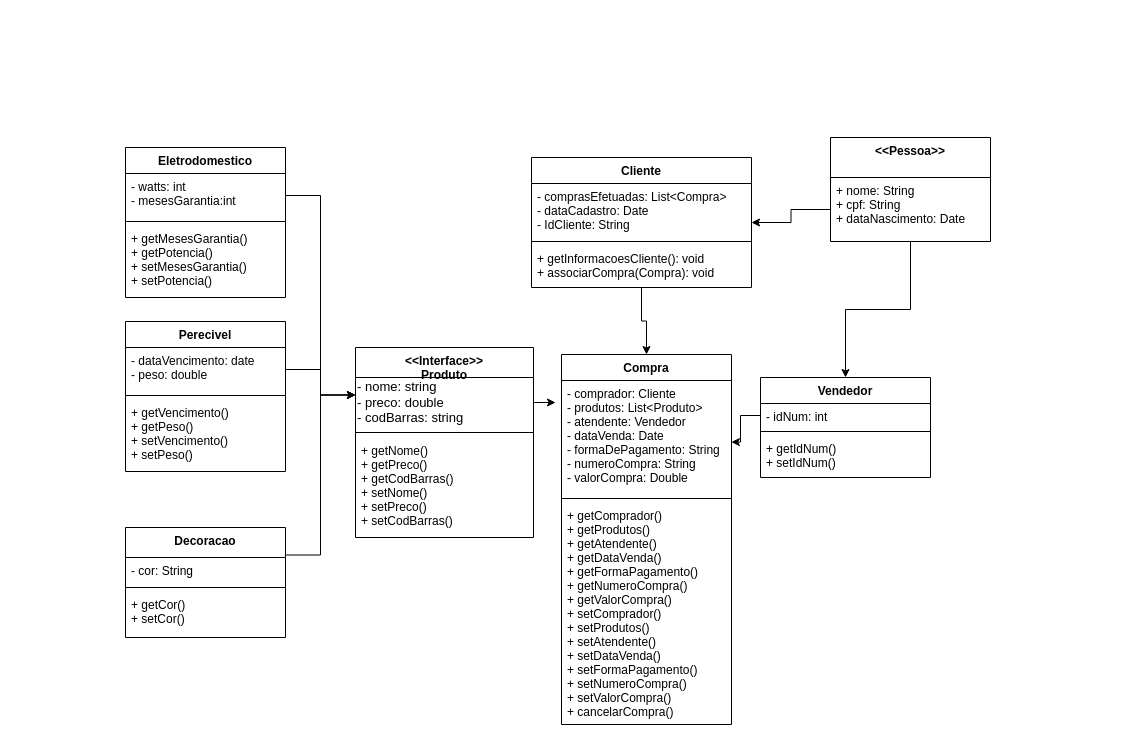
Before: ProjetoLP2.drawio in jovi-j/projeto-lp2, a draw.io diagram. Source tidied: cells renumbered, new cells numbered last; positions are measured from the earlier drawing's top-left corner, leaving out a move shared by most shapes. Both pictures are drawn from the tidied source at 100%, with x=0, y=0 at pixel (125, 137).
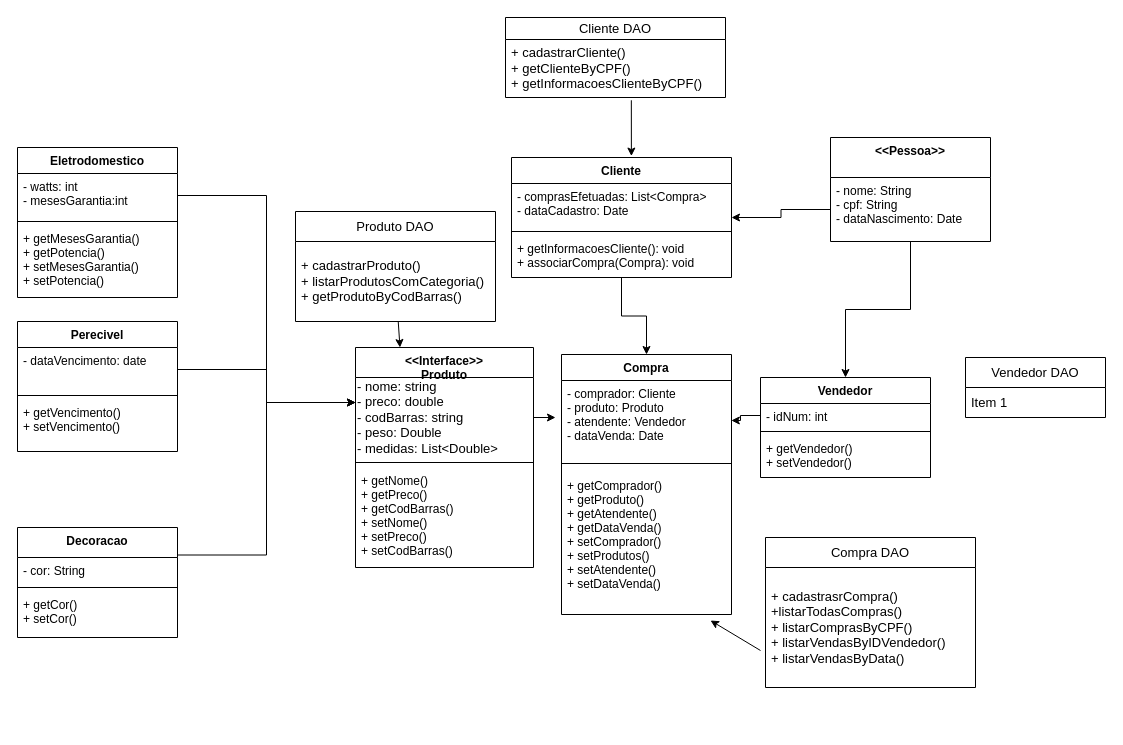
The same page after the edit.

The change refers to these unchanged cells:
```xml
<mxCell id="31" value="&lt;&lt;Pessoa&gt;&gt;&#10;" style="swimlane;fontStyle=1;align=center;verticalAlign=top;horizontal=1;startSize=40;" parent="1" vertex="1">
  <mxGeometry x="705" width="160" height="104" as="geometry" />
</mxCell>
<mxCell id="33" value="Vendedor&#10;" style="swimlane;fontStyle=1;align=center;verticalAlign=top;horizontal=1;startSize=26;" parent="1" vertex="1">
  <mxGeometry x="635" y="240" width="170" height="100" as="geometry" />
</mxCell>
```

Change to the diagram source:
```diff
@@
     <mxCell id="2" value="&lt;&lt;Interface&gt;&gt;&#10;Produto" style="swimlane;fontStyle=1;align=center;verticalAlign=top;horizontal=1;startSize=30;" parent="1" vertex="1">
-      <mxGeometry x="230" y="210" width="178" height="190" as="geometry" />
+      <mxGeometry x="230" y="210" width="178" height="220" as="geometry" />
     </mxCell>
-    <mxCell id="3" value="- nome: string&lt;br&gt;- preco: double&lt;br&gt;- codBarras: string" style="text;html=1;strokeColor=none;fillColor=none;align=left;verticalAlign=middle;whiteSpace=wrap;rounded=0;fontSize=13;" parent="2" vertex="1">
-      <mxGeometry y="30" width="178" height="50" as="geometry" />
+    <mxCell id="3" value="- nome: string&lt;br&gt;- preco: double&lt;br&gt;- codBarras: string&lt;br&gt;- peso: Double&lt;br&gt;- medidas: List&amp;lt;Double&amp;gt;" style="text;html=1;strokeColor=none;fillColor=none;align=left;verticalAlign=middle;whiteSpace=wrap;rounded=0;fontSize=13;" parent="2" vertex="1">
+      <mxGeometry y="30" width="178" height="80" as="geometry" />
     </mxCell>
     <mxCell id="4" style="line;strokeWidth=1;fillColor=none;align=left;verticalAlign=middle;spacingTop=-1;spacingLeft=3;spacingRight=3;labelPosition=right;strokeColor=inherit;" parent="2" vertex="1">
-      <mxGeometry y="80" width="178" height="10" as="geometry" />
+      <mxGeometry y="110" width="178" height="10" as="geometry" />
     </mxCell>
     <mxCell id="5" value="+ getNome()&#10;+ getPreco()&#10;+ getCodBarras()&#10;+ setNome()&#10;+ setPreco()&#10;+ setCodBarras() " style="text;strokeColor=none;fillColor=none;align=left;verticalAlign=top;spacingLeft=4;spacingRight=4;overflow=hidden;" parent="2" vertex="1">
-      <mxGeometry y="90" width="178" height="100" as="geometry" />
+      <mxGeometry y="120" width="178" height="100" as="geometry" />
     </mxCell>
@@
     <mxCell id="9" value="Decoracao" style="swimlane;fontStyle=1;align=center;verticalAlign=top;horizontal=1;startSize=30;" parent="1" vertex="1">
-      <mxGeometry y="390" width="160" height="110" as="geometry" />
+      <mxGeometry x="-108" y="390" width="160" height="110" as="geometry" />
     </mxCell>
@@
     <mxCell id="14" value="Cliente" style="swimlane;fontStyle=1;align=center;verticalAlign=top;horizontal=1;startSize=26;" parent="1" vertex="1">
-      <mxGeometry x="406" y="20" width="220" height="130" as="geometry" />
+      <mxGeometry x="386" y="20" width="220" height="120" as="geometry" />
     </mxCell>
-    <mxCell id="15" value="- comprasEfetuadas: List&lt;Compra&gt;&#10;- dataCadastro: Date&#10;- IdCliente: String" style="text;strokeColor=none;fillColor=none;align=left;verticalAlign=top;spacingLeft=4;spacingRight=4;overflow=hidden;" parent="14" vertex="1">
-      <mxGeometry y="26" width="220" height="54" as="geometry" />
+    <mxCell id="15" value="- comprasEfetuadas: List&lt;Compra&gt;&#10;- dataCadastro: Date" style="text;strokeColor=none;fillColor=none;align=left;verticalAlign=top;spacingLeft=4;spacingRight=4;overflow=hidden;" parent="14" vertex="1">
+      <mxGeometry y="26" width="220" height="44" as="geometry" />
     </mxCell>
     <mxCell id="16" style="line;strokeWidth=1;fillColor=none;align=left;verticalAlign=middle;spacingTop=-1;spacingLeft=3;spacingRight=3;labelPosition=right;strokeColor=inherit;" parent="14" vertex="1">
-      <mxGeometry y="80" width="220" height="8" as="geometry" />
+      <mxGeometry y="70" width="220" height="8" as="geometry" />
     </mxCell>
     <mxCell id="17" value="+ getInformacoesCliente(): void&#10;+ associarCompra(Compra): void" style="text;strokeColor=none;fillColor=none;align=left;verticalAlign=top;spacingLeft=4;spacingRight=4;overflow=hidden;" parent="14" vertex="1">
-      <mxGeometry y="88" width="220" height="42" as="geometry" />
+      <mxGeometry y="78" width="220" height="42" as="geometry" />
     </mxCell>
     <mxCell id="18" value="Compra" style="swimlane;fontStyle=1;align=center;verticalAlign=top;horizontal=1;startSize=26;" parent="1" vertex="1">
-      <mxGeometry x="436" y="217" width="170" height="370" as="geometry" />
+      <mxGeometry x="436" y="217" width="170" height="260" as="geometry" />
     </mxCell>
-    <mxCell id="19" value="- comprador: Cliente&#10;- produtos: List&lt;Produto&gt;&#10;- atendente: Vendedor&#10;- dataVenda: Date&#10;- formaDePagamento: String&#10;- numeroCompra: String&#10;- valorCompra: Double&#10;&#10;&#10;&#10;&#10;" style="text;strokeColor=none;fillColor=none;align=left;verticalAlign=top;spacingLeft=4;spacingRight=4;overflow=hidden;points=[[0,0.5],[1,0.5]];portConstraint=eastwest;" parent="18" vertex="1">
-      <mxGeometry y="26" width="170" height="114" as="geometry" />
+    <mxCell id="19" value="- comprador: Cliente&#10;- produto: Produto&#10;- atendente: Vendedor&#10;- dataVenda: Date&#10;&#10;&#10;&#10;&#10;" style="text;strokeColor=none;fillColor=none;align=left;verticalAlign=top;spacingLeft=4;spacingRight=4;overflow=hidden;points=[[0,0.5],[1,0.5]];portConstraint=eastwest;" parent="18" vertex="1">
+      <mxGeometry y="26" width="170" height="74" as="geometry" />
     </mxCell>
     <mxCell id="20" style="line;strokeWidth=1;fillColor=none;align=left;verticalAlign=middle;spacingTop=-1;spacingLeft=3;spacingRight=3;labelPosition=right;strokeColor=inherit;" parent="18" vertex="1">
-      <mxGeometry y="140" width="170" height="8" as="geometry" />
+      <mxGeometry y="100" width="170" height="18" as="geometry" />
     </mxCell>
-    <mxCell id="21" value="+ getComprador()&#10;+ getProdutos()&#10;+ getAtendente()&#10;+ getDataVenda()&#10;+ getFormaPagamento()&#10;+ getNumeroCompra()&#10;+ getValorCompra()&#10;+ setComprador()&#10;+ setProdutos()&#10;+ setAtendente()&#10;+ setDataVenda()&#10;+ setFormaPagamento()&#10;+ setNumeroCompra()&#10;+ setValorCompra()&#10;+ cancelarCompra()&#10;&#10;&#10;" style="text;strokeColor=none;fillColor=none;align=left;verticalAlign=top;spacingLeft=4;spacingRight=4;overflow=hidden;" parent="18" vertex="1">
-      <mxGeometry y="148" width="170" height="222" as="geometry" />
+    <mxCell id="21" value="+ getComprador()&#10;+ getProduto()&#10;+ getAtendente()&#10;+ getDataVenda()&#10;+ setComprador()&#10;+ setProdutos()&#10;+ setAtendente()&#10;+ setDataVenda()&#10;&#10;&#10;" style="text;strokeColor=none;fillColor=none;align=left;verticalAlign=top;spacingLeft=4;spacingRight=4;overflow=hidden;" parent="18" vertex="1">
+      <mxGeometry y="118" width="170" height="142" as="geometry" />
     </mxCell>
     <mxCell id="22" value="Eletrodomestico&#10;&#10;&#10;" style="swimlane;fontStyle=1;align=center;verticalAlign=top;horizontal=1;startSize=26;" parent="1" vertex="1">
-      <mxGeometry y="10" width="160" height="150" as="geometry" />
+      <mxGeometry x="-108" y="10" width="160" height="150" as="geometry" />
     </mxCell>
@@
     <mxCell id="26" value="Perecivel" style="swimlane;fontStyle=1;align=center;verticalAlign=top;horizontal=1;startSize=26;" parent="1" vertex="1">
-      <mxGeometry y="184" width="160" height="150" as="geometry" />
+      <mxGeometry x="-108" y="184" width="160" height="130" as="geometry" />
     </mxCell>
-    <mxCell id="27" value="- dataVencimento: date&#10;- peso: double&#10;" style="text;strokeColor=none;fillColor=none;align=left;verticalAlign=top;spacingLeft=4;spacingRight=4;overflow=hidden;points=[[0,0.5],[1,0.5]];portConstraint=eastwest;" parent="26" vertex="1">
+    <mxCell id="27" value="- dataVencimento: date&#10;" style="text;strokeColor=none;fillColor=none;align=left;verticalAlign=top;spacingLeft=4;spacingRight=4;overflow=hidden;points=[[0,0.5],[1,0.5]];portConstraint=eastwest;" parent="26" vertex="1">
       <mxGeometry y="26" width="160" height="44" as="geometry" />
     </mxCell>
@@
-    <mxCell id="29" value="+ getVencimento()&#10;+ getPeso()&#10;+ setVencimento()&#10;+ setPeso()&#10;&#10;" style="text;strokeColor=none;fillColor=none;align=left;verticalAlign=top;spacingLeft=4;spacingRight=4;overflow=hidden;" parent="26" vertex="1">
-      <mxGeometry y="78" width="160" height="72" as="geometry" />
+    <mxCell id="29" value="+ getVencimento()&#10;+ setVencimento()&#10;" style="text;strokeColor=none;fillColor=none;align=left;verticalAlign=top;spacingLeft=4;spacingRight=4;overflow=hidden;" parent="26" vertex="1">
+      <mxGeometry y="78" width="160" height="52" as="geometry" />
     </mxCell>
@@
-    <mxCell id="32" value="+ nome: String&#10;+ cpf: String&#10;+ dataNascimento: Date&#10;&#10;" style="text;strokeColor=none;fillColor=none;align=left;verticalAlign=top;spacingLeft=4;spacingRight=4;overflow=hidden;points=[[0,0.5],[1,0.5]];portConstraint=eastwest;" parent="31" vertex="1">
+    <mxCell id="32" value="- nome: String&#10;- cpf: String&#10;- dataNascimento: Date&#10;&#10;" style="text;strokeColor=none;fillColor=none;align=left;verticalAlign=top;spacingLeft=4;spacingRight=4;overflow=hidden;points=[[0,0.5],[1,0.5]];portConstraint=eastwest;" parent="31" vertex="1">
       <mxGeometry y="40" width="160" height="64" as="geometry" />
     </mxCell>
@@
-    <mxCell id="36" value="+ getIdNum()&#10;+ setIdNum()" style="text;strokeColor=none;fillColor=none;align=left;verticalAlign=top;spacingLeft=4;spacingRight=4;overflow=hidden;" parent="33" vertex="1">
+    <mxCell id="36" value="+ getVendedor()&#10;+ setVendedor()" style="text;strokeColor=none;fillColor=none;align=left;verticalAlign=top;spacingLeft=4;spacingRight=4;overflow=hidden;" parent="33" vertex="1">
       <mxGeometry y="58" width="170" height="42" as="geometry" />
     </mxCell>
@@
     <mxCell id="39" style="endArrow=classic;html=1;rounded=0;fontSize=13;exitX=1;exitY=0.5;exitDx=0;exitDy=0;" parent="1" edge="1" source="3">
       <mxGeometry relative="1" as="geometry">
-        <mxPoint x="430" y="265" as="targetPoint" />
+        <mxPoint x="430" y="280" as="targetPoint" />
       </mxGeometry>
     </mxCell>
+    <mxCell id="40" value="Cliente DAO" style="swimlane;fontStyle=0;horizontal=1;startSize=22;whiteSpace=wrap;html=1;fontSize=13;" parent="1" vertex="1">
+      <mxGeometry x="380" y="-120" width="220" height="80" as="geometry" />
+    </mxCell>
+    <mxCell id="41" value="+ cadastrarCliente()&lt;br&gt;+ getClienteByCPF()&lt;br&gt;+ getInformacoesClienteByCPF()" style="text;strokeColor=none;fillColor=none;align=left;verticalAlign=middle;spacingLeft=4;spacingRight=4;overflow=hidden;points=[[0,0.5],[1,0.5]];portConstraint=eastwest;whiteSpace=wrap;html=1;fontSize=13;" parent="40" vertex="1">
+      <mxGeometry y="22" width="220" height="58" as="geometry" />
+    </mxCell>
+    <mxCell id="42" style="endArrow=classic;html=1;rounded=0;fontSize=13;entryX=0.545;entryY=-0.012;entryDx=0;entryDy=0;entryPerimeter=0;exitX=0.572;exitY=1.048;exitDx=0;exitDy=0;exitPerimeter=0;" parent="1" edge="1" source="41" target="14">
+      <mxGeometry relative="1" as="geometry" />
+    </mxCell>
+    <mxCell id="43" value="Compra DAO" style="swimlane;fontStyle=0;horizontal=1;startSize=30;whiteSpace=wrap;html=1;fontSize=13;" parent="1" vertex="1">
+      <mxGeometry x="640" y="400" width="210" height="150" as="geometry" />
+    </mxCell>
+    <mxCell id="44" value="+ cadastrasrCompra()&lt;br&gt;+listarTodasCompras()&lt;br&gt;+ listarComprasByCPF()&lt;br&gt;+ listarVendasByIDVendedor()&lt;br&gt;+ listarVendasByData()" style="text;strokeColor=none;fillColor=none;align=left;verticalAlign=middle;spacingLeft=4;spacingRight=4;overflow=hidden;whiteSpace=wrap;html=1;fontSize=13;" parent="43" vertex="1">
+      <mxGeometry y="30" width="210" height="120" as="geometry" />
+    </mxCell>
+    <mxCell id="45" style="endArrow=classic;html=1;rounded=0;fontSize=13;entryX=0.847;entryY=1.021;entryDx=0;entryDy=0;entryPerimeter=0;" parent="1" edge="1">
+      <mxGeometry relative="1" as="geometry">
+        <mxPoint x="635" y="513" as="sourcePoint" />
+        <mxPoint x="585" y="483" as="targetPoint" />
+      </mxGeometry>
+    </mxCell>
+    <mxCell id="46" value="Produto DAO" style="swimlane;fontStyle=0;horizontal=1;startSize=30;whiteSpace=wrap;html=1;fontSize=13;" parent="1" vertex="1">
+      <mxGeometry x="170" y="74" width="200" height="110" as="geometry" />
+    </mxCell>
+    <mxCell id="47" value="+ cadastrarProduto()&lt;br&gt;+ listarProdutosComCategoria()&lt;br&gt;+ getProdutoByCodBarras()" style="text;strokeColor=none;fillColor=none;align=left;verticalAlign=middle;spacingLeft=4;spacingRight=4;overflow=hidden;points=[[0,0.5],[1,0.5]];portConstraint=eastwest;whiteSpace=wrap;html=1;fontSize=13;" parent="46" vertex="1">
+      <mxGeometry y="30" width="200" height="80" as="geometry" />
+    </mxCell>
+    <mxCell id="48" style="endArrow=classic;html=1;rounded=0;fontSize=13;entryX=0.25;entryY=0;entryDx=0;entryDy=0;" parent="1" edge="1" source="47" target="2">
+      <mxGeometry relative="1" as="geometry" />
+    </mxCell>
+    <mxCell id="49" value="Vendedor DAO" style="swimlane;fontStyle=0;horizontal=1;startSize=30;whiteSpace=wrap;html=1;fontSize=13;" parent="1" vertex="1">
+      <mxGeometry x="840" y="220" width="140" height="60" as="geometry" />
+    </mxCell>
+    <mxCell id="50" value="Item 1" style="text;strokeColor=none;fillColor=none;align=left;verticalAlign=middle;spacingLeft=4;spacingRight=4;overflow=hidden;whiteSpace=wrap;html=1;fontSize=13;" parent="49" vertex="1">
+      <mxGeometry y="30" width="140" height="30" as="geometry" />
+    </mxCell>
```
